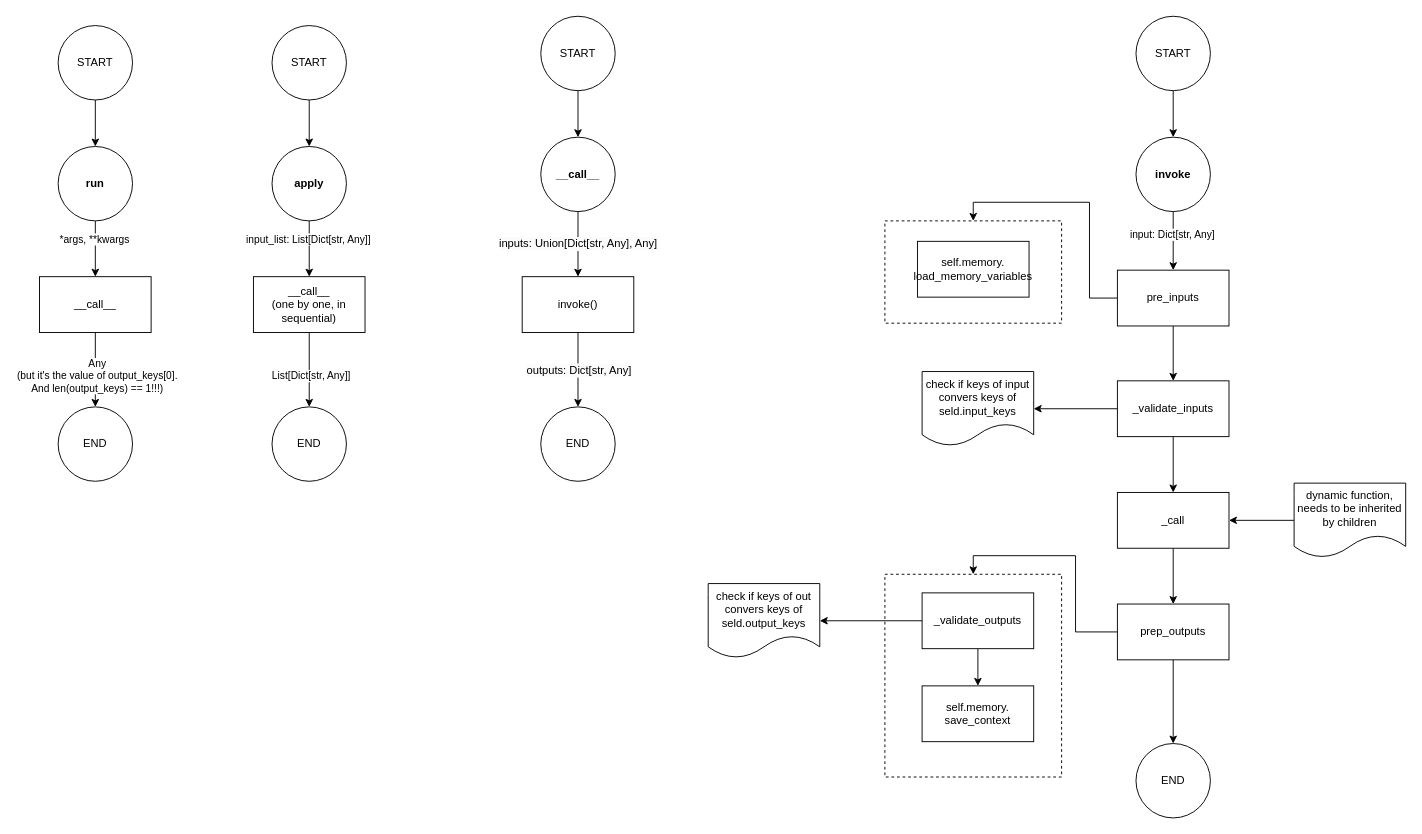
The draw.io diagram page "Chain Flow" (5 of 7) of LangChain_Notes.drawio in ooooona/toolkits, before the edit. Source tidied: cells renumbered, new cells numbered last; positions are measured from the earlier drawing's top-left corner, leaving out a move shared by most shapes. Both pictures are drawn from the tidied source at 93%, with x=0, y=0 at pixel (39, 16).
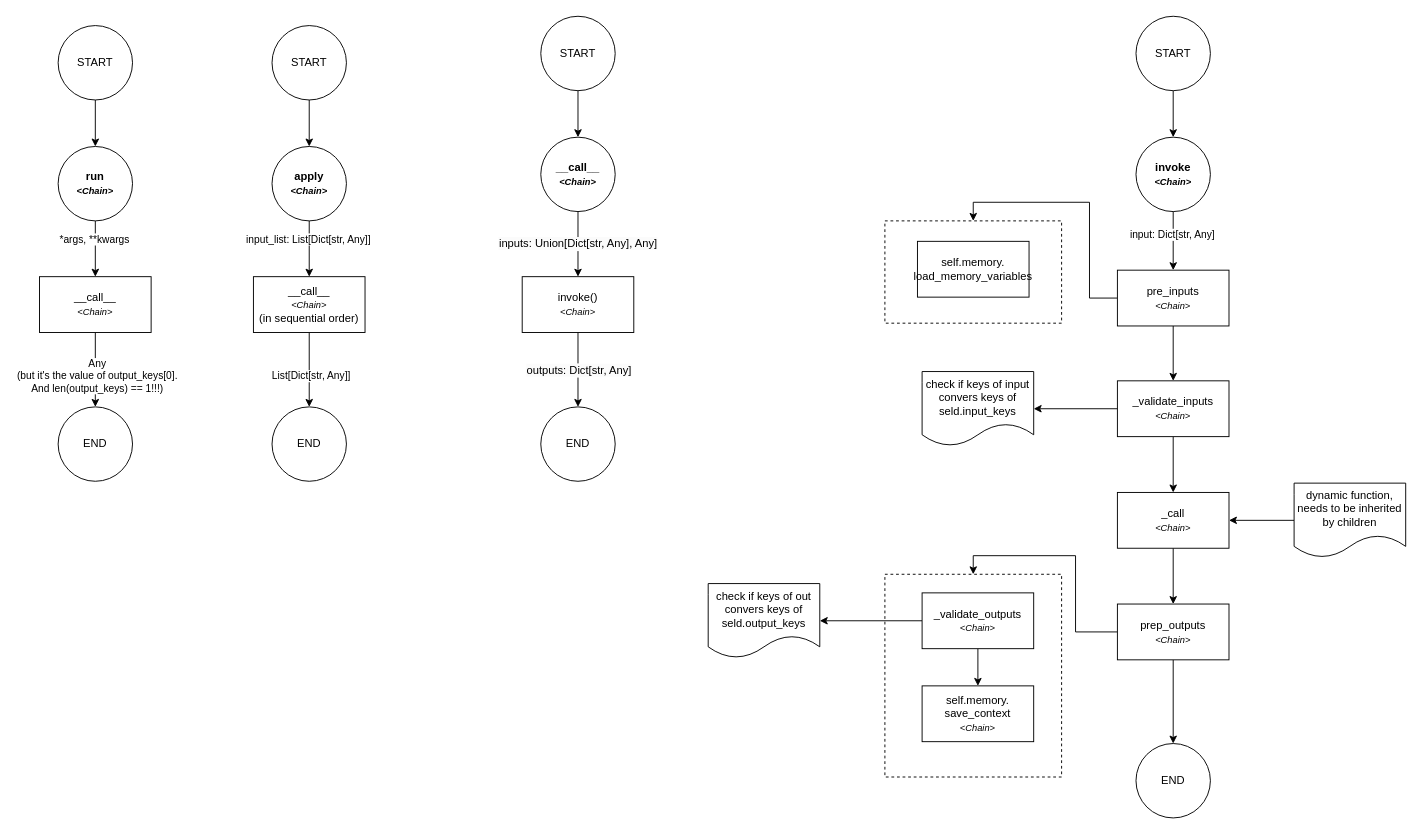
Above is the later version.

Change to the diagram source:
```diff
@@
-    <mxCell id="5" value="invoke()" style="rounded=0;whiteSpace=wrap;html=1;" parent="1" vertex="1">
+    <mxCell id="5" value="invoke()&lt;div&gt;&lt;i style=&quot;font-size: 10px;&quot;&gt;&amp;lt;Chain&amp;gt;&lt;/i&gt;&lt;br&gt;&lt;/div&gt;" style="rounded=0;whiteSpace=wrap;html=1;" parent="1" vertex="1">
       <mxGeometry x="519" y="280" width="120" height="60" as="geometry" />
     </mxCell>
@@
-    <mxCell id="7" value="&lt;b&gt;__call__&lt;/b&gt;" style="ellipse;whiteSpace=wrap;html=1;" parent="1" vertex="1">
+    <mxCell id="7" value="&lt;b&gt;__call__&lt;/b&gt;&lt;div&gt;&lt;b&gt;&lt;font style=&quot;font-size: 10px;&quot;&gt;&lt;i&gt;&amp;lt;Chain&amp;gt;&lt;/i&gt;&lt;/font&gt;&lt;/b&gt;&lt;b&gt;&lt;br&gt;&lt;/b&gt;&lt;/div&gt;" style="ellipse;whiteSpace=wrap;html=1;" parent="1" vertex="1">
       <mxGeometry x="539" y="130" width="80" height="80" as="geometry" />
     </mxCell>
@@
-    <mxCell id="15" value="&lt;b&gt;run&lt;/b&gt;" style="ellipse;whiteSpace=wrap;html=1;" parent="1" vertex="1">
+    <mxCell id="15" value="&lt;b&gt;run&lt;/b&gt;&lt;div&gt;&lt;b&gt;&lt;font style=&quot;font-size: 10px;&quot;&gt;&lt;i&gt;&amp;lt;Chain&amp;gt;&lt;/i&gt;&lt;/font&gt;&lt;/b&gt;&lt;/div&gt;" style="ellipse;whiteSpace=wrap;html=1;" parent="1" vertex="1">
       <mxGeometry x="20" y="140" width="80" height="80" as="geometry" />
     </mxCell>
@@
-    <mxCell id="18" value="__call__" style="rounded=0;whiteSpace=wrap;html=1;" parent="1" vertex="1">
+    <mxCell id="18" value="__call__&lt;div&gt;&lt;font style=&quot;font-size: 10px;&quot;&gt;&lt;i style=&quot;&quot;&gt;&amp;lt;Chain&amp;gt;&lt;/i&gt;&lt;/font&gt;&lt;br&gt;&lt;/div&gt;" style="rounded=0;whiteSpace=wrap;html=1;" parent="1" vertex="1">
       <mxGeometry y="280" width="120" height="60" as="geometry" />
     </mxCell>
@@
-    <mxCell id="22" value="&lt;b&gt;invoke&lt;/b&gt;" style="ellipse;whiteSpace=wrap;html=1;" parent="1" vertex="1">
+    <mxCell id="22" value="&lt;b&gt;invoke&lt;/b&gt;&lt;div&gt;&lt;i style=&quot;font-size: 10px;&quot;&gt;&lt;b&gt;&amp;lt;Chain&amp;gt;&lt;/b&gt;&lt;/i&gt;&lt;b&gt;&lt;br&gt;&lt;/b&gt;&lt;/div&gt;" style="ellipse;whiteSpace=wrap;html=1;" parent="1" vertex="1">
       <mxGeometry x="1179" y="130" width="80" height="80" as="geometry" />
     </mxCell>
@@
-    <mxCell id="26" value="_validate_inputs" style="rounded=0;whiteSpace=wrap;html=1;" parent="1" vertex="1">
+    <mxCell id="26" value="_validate_inputs&lt;div&gt;&lt;i style=&quot;font-size: 10px;&quot;&gt;&amp;lt;Chain&amp;gt;&lt;/i&gt;&lt;br&gt;&lt;/div&gt;" style="rounded=0;whiteSpace=wrap;html=1;" parent="1" vertex="1">
       <mxGeometry x="1159" y="392" width="120" height="60" as="geometry" />
     </mxCell>
@@
-    <mxCell id="28" value="_call" style="rounded=0;whiteSpace=wrap;html=1;" parent="1" vertex="1">
+    <mxCell id="28" value="_call&lt;div&gt;&lt;i style=&quot;font-size: 10px;&quot;&gt;&amp;lt;Chain&amp;gt;&lt;/i&gt;&lt;br&gt;&lt;/div&gt;" style="rounded=0;whiteSpace=wrap;html=1;" parent="1" vertex="1">
       <mxGeometry x="1159" y="512" width="120" height="60" as="geometry" />
     </mxCell>
@@
-    <mxCell id="31" value="prep_outputs" style="rounded=0;whiteSpace=wrap;html=1;" parent="1" vertex="1">
+    <mxCell id="31" value="prep_outputs&lt;div&gt;&lt;i style=&quot;font-size: 10px;&quot;&gt;&amp;lt;Chain&amp;gt;&lt;/i&gt;&lt;br&gt;&lt;/div&gt;" style="rounded=0;whiteSpace=wrap;html=1;" parent="1" vertex="1">
       <mxGeometry x="1159" y="632" width="120" height="60" as="geometry" />
     </mxCell>
@@
-    <mxCell id="37" value="_validate_outputs" style="rounded=0;whiteSpace=wrap;html=1;" parent="1" vertex="1">
+    <mxCell id="37" value="_validate_outputs&lt;div&gt;&lt;i style=&quot;font-size: 10px;&quot;&gt;&amp;lt;Chain&amp;gt;&lt;/i&gt;&lt;br&gt;&lt;/div&gt;" style="rounded=0;whiteSpace=wrap;html=1;" parent="1" vertex="1">
       <mxGeometry x="949" y="620" width="120" height="60" as="geometry" />
     </mxCell>
-    <mxCell id="38" value="self.memory.&lt;div&gt;save_context&lt;/div&gt;" style="rounded=0;whiteSpace=wrap;html=1;" parent="1" vertex="1">
+    <mxCell id="38" value="self.memory.&lt;div&gt;save_context&lt;/div&gt;&lt;div&gt;&lt;i style=&quot;font-size: 10px;&quot;&gt;&amp;lt;Chain&amp;gt;&lt;/i&gt;&lt;br&gt;&lt;/div&gt;" style="rounded=0;whiteSpace=wrap;html=1;" parent="1" vertex="1">
       <mxGeometry x="949" y="720" width="120" height="60" as="geometry" />
     </mxCell>
@@
-    <mxCell id="41" value="pre_inputs" style="rounded=0;whiteSpace=wrap;html=1;" parent="1" vertex="1">
+    <mxCell id="41" value="pre_inputs&lt;div&gt;&lt;i style=&quot;font-size: 10px;&quot;&gt;&amp;lt;Chain&amp;gt;&lt;/i&gt;&lt;br&gt;&lt;/div&gt;" style="rounded=0;whiteSpace=wrap;html=1;" parent="1" vertex="1">
       <mxGeometry x="1159" y="273" width="120" height="60" as="geometry" />
     </mxCell>
@@
-    <mxCell id="51" value="&lt;b&gt;apply&lt;/b&gt;" style="ellipse;whiteSpace=wrap;html=1;" parent="1" vertex="1">
+    <mxCell id="51" value="&lt;b&gt;apply&lt;/b&gt;&lt;div&gt;&lt;b&gt;&lt;font style=&quot;font-size: 10px;&quot;&gt;&lt;i&gt;&amp;lt;Chain&amp;gt;&lt;/i&gt;&lt;/font&gt;&lt;/b&gt;&lt;b&gt;&lt;br&gt;&lt;/b&gt;&lt;/div&gt;" style="ellipse;whiteSpace=wrap;html=1;" parent="1" vertex="1">
       <mxGeometry x="250" y="140" width="80" height="80" as="geometry" />
     </mxCell>
@@
-    <mxCell id="54" value="__call__&lt;div&gt;(one by one, in sequential)&lt;/div&gt;" style="rounded=0;whiteSpace=wrap;html=1;" parent="1" vertex="1">
+    <mxCell id="54" value="__call__&lt;div&gt;&lt;i style=&quot;font-size: 10px;&quot;&gt;&amp;lt;Chain&amp;gt;&lt;/i&gt;&lt;br&gt;&lt;div&gt;(in sequential order)&lt;/div&gt;&lt;/div&gt;" style="rounded=0;whiteSpace=wrap;html=1;" parent="1" vertex="1">
       <mxGeometry x="230" y="280" width="120" height="60" as="geometry" />
     </mxCell>
```
